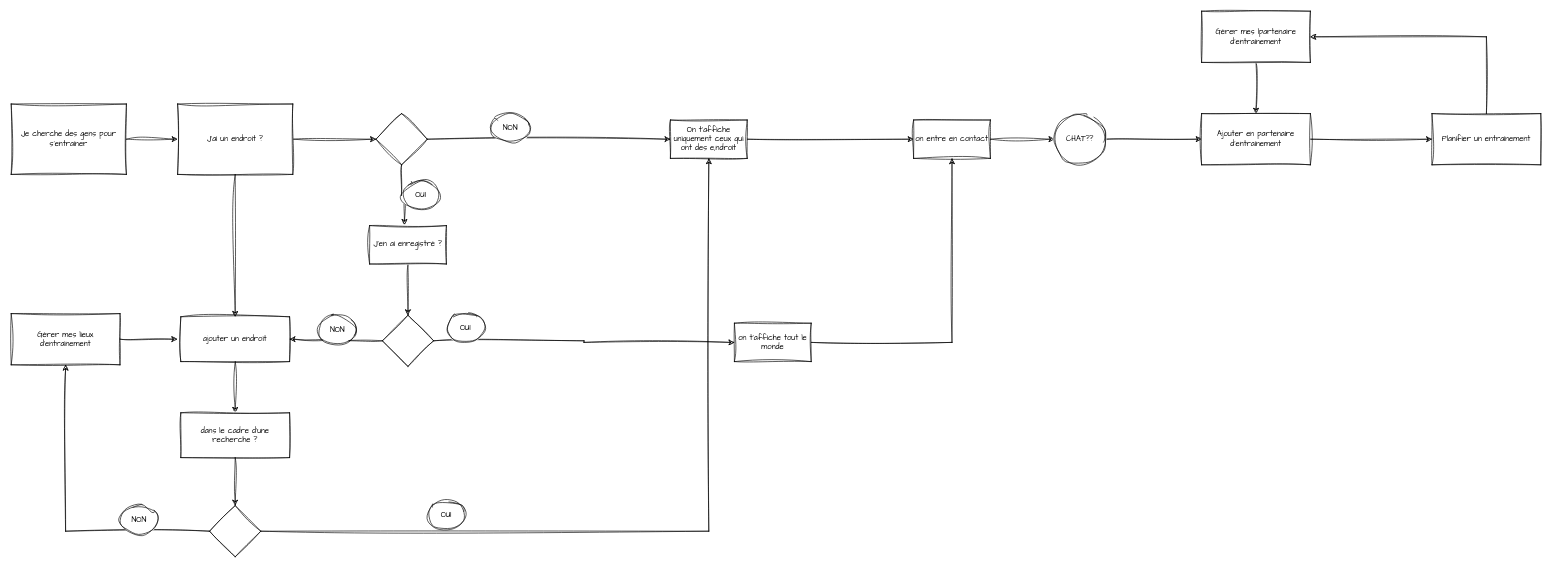
Above: Untitled Diagram.drawio in lnimong/azeproject (draw.io), before the change. Source tidied: cells renumbered, new cells numbered last; positions are measured from the earlier drawing's top-left corner, leaving out a move shared by most shapes. Both pictures are drawn from the tidied source at 64%, with x=0, y=0 at pixel (11, 11).
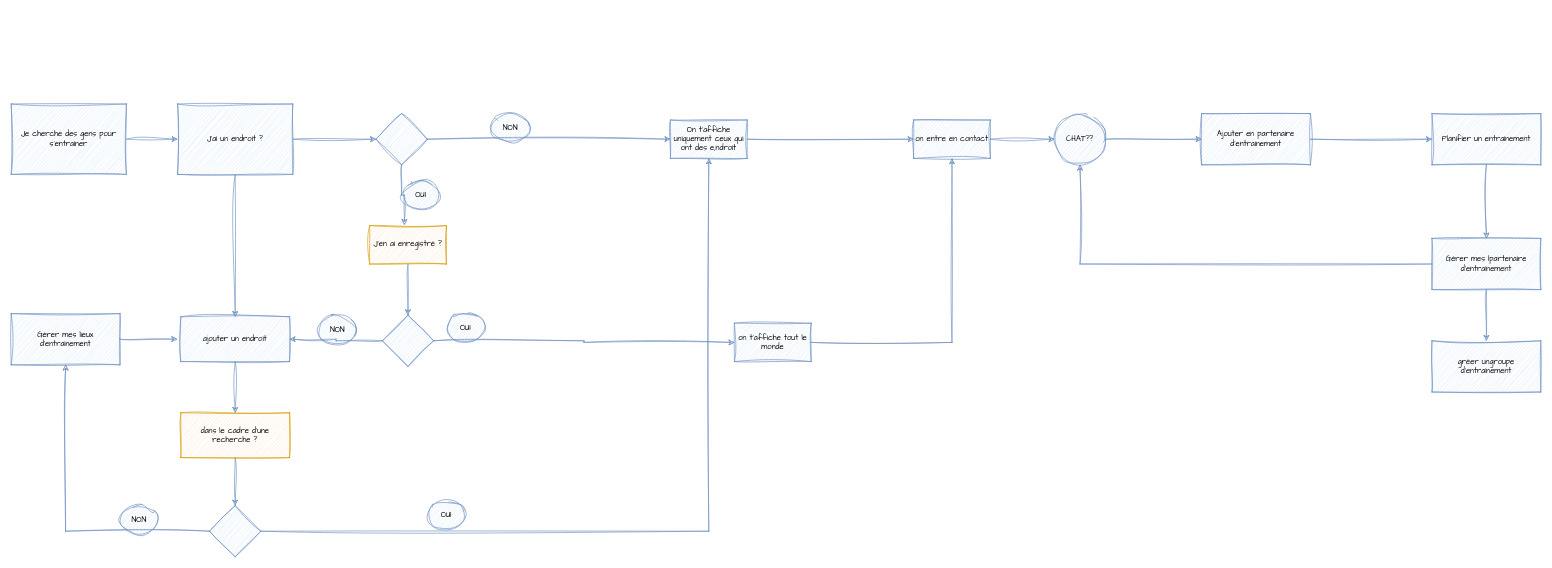
The same page after the edit.

The edit, as a diff of the source:
```diff
@@
-    <mxCell id="2" style="edgeStyle=orthogonalEdgeStyle;rounded=0;sketch=1;hachureGap=4;jiggle=2;curveFitting=1;jettySize=auto;html=1;fontFamily=Architects Daughter;" parent="1" edge="1" source="3" target="6">
+    <mxCell id="2" style="edgeStyle=orthogonalEdgeStyle;rounded=0;sketch=1;hachureGap=4;jiggle=2;curveFitting=1;jettySize=auto;html=1;fontFamily=Architects Daughter;fillColor=#dae8fc;strokeColor=#6c8ebf;" parent="1" edge="1" source="3" target="6">
       <mxGeometry relative="1" as="geometry" />
     </mxCell>
-    <mxCell id="3" value="Je cherche des gens pour s'entrainer" style="rounded=0;whiteSpace=wrap;html=1;sketch=1;hachureGap=4;jiggle=2;curveFitting=1;fontFamily=Architects Daughter;" parent="1" vertex="1">
+    <mxCell id="3" value="Je cherche des gens pour s'entrainer" style="rounded=0;whiteSpace=wrap;html=1;sketch=1;hachureGap=4;jiggle=2;curveFitting=1;fontFamily=Architects Daughter;fillColor=#dae8fc;strokeColor=#6c8ebf;" parent="1" vertex="1">
       <mxGeometry y="145" width="180" height="110" as="geometry" />
     </mxCell>
-    <mxCell id="4" style="edgeStyle=orthogonalEdgeStyle;rounded=0;sketch=1;hachureGap=4;jiggle=2;curveFitting=1;jettySize=auto;html=1;fontFamily=Architects Daughter;" parent="1" edge="1" source="6" target="9">
+    <mxCell id="4" style="edgeStyle=orthogonalEdgeStyle;rounded=0;sketch=1;hachureGap=4;jiggle=2;curveFitting=1;jettySize=auto;html=1;fontFamily=Architects Daughter;fillColor=#dae8fc;strokeColor=#6c8ebf;" parent="1" edge="1" source="6" target="9">
       <mxGeometry relative="1" as="geometry" />
     </mxCell>
-    <mxCell id="5" style="edgeStyle=orthogonalEdgeStyle;rounded=0;sketch=1;hachureGap=4;jiggle=2;curveFitting=1;jettySize=auto;html=1;fontFamily=Architects Daughter;" parent="1" edge="1" source="6" target="18">
+    <mxCell id="5" style="edgeStyle=orthogonalEdgeStyle;rounded=0;sketch=1;hachureGap=4;jiggle=2;curveFitting=1;jettySize=auto;html=1;fontFamily=Architects Daughter;fillColor=#dae8fc;strokeColor=#6c8ebf;" parent="1" edge="1" source="6" target="18">
       <mxGeometry relative="1" as="geometry" />
     </mxCell>
-    <mxCell id="6" value="J'ai un endroit ?" style="rounded=0;whiteSpace=wrap;html=1;sketch=1;hachureGap=4;jiggle=2;curveFitting=1;fontFamily=Architects Daughter;" parent="1" vertex="1">
+    <mxCell id="6" value="J'ai un endroit ?" style="rounded=0;whiteSpace=wrap;html=1;sketch=1;hachureGap=4;jiggle=2;curveFitting=1;fontFamily=Architects Daughter;fillColor=#dae8fc;strokeColor=#6c8ebf;" parent="1" vertex="1">
       <mxGeometry x="260" y="145" width="180" height="110" as="geometry" />
     </mxCell>
-    <mxCell id="7" style="edgeStyle=orthogonalEdgeStyle;rounded=0;sketch=1;hachureGap=4;jiggle=2;curveFitting=1;jettySize=auto;html=1;fontFamily=Architects Daughter;" parent="1" edge="1" source="9" target="11">
+    <mxCell id="7" style="edgeStyle=orthogonalEdgeStyle;rounded=0;sketch=1;hachureGap=4;jiggle=2;curveFitting=1;jettySize=auto;html=1;fontFamily=Architects Daughter;fillColor=#dae8fc;strokeColor=#6c8ebf;" parent="1" edge="1" source="9" target="11">
       <mxGeometry relative="1" as="geometry" />
     </mxCell>
-    <mxCell id="8" style="edgeStyle=orthogonalEdgeStyle;rounded=0;sketch=1;hachureGap=4;jiggle=2;curveFitting=1;jettySize=auto;html=1;fontFamily=Architects Daughter;exitX=0.5;exitY=1;exitDx=0;exitDy=0;entryX=0.454;entryY=-0.02;entryDx=0;entryDy=0;entryPerimeter=0;" parent="1" edge="1" source="9" target="24">
+    <mxCell id="8" style="edgeStyle=orthogonalEdgeStyle;rounded=0;sketch=1;hachureGap=4;jiggle=2;curveFitting=1;jettySize=auto;html=1;fontFamily=Architects Daughter;exitX=0.5;exitY=1;exitDx=0;exitDy=0;entryX=0.454;entryY=-0.02;entryDx=0;entryDy=0;entryPerimeter=0;fillColor=#dae8fc;strokeColor=#6c8ebf;" parent="1" edge="1" source="9" target="24">
       <mxGeometry relative="1" as="geometry" />
     </mxCell>
-    <mxCell id="9" style="rhombus;whiteSpace=wrap;html=1;fontFamily=Architects Daughter;rounded=0;sketch=1;hachureGap=4;jiggle=2;curveFitting=1;" parent="1" vertex="1">
+    <mxCell id="9" style="rhombus;whiteSpace=wrap;html=1;fontFamily=Architects Daughter;rounded=0;sketch=1;hachureGap=4;jiggle=2;curveFitting=1;fillColor=#dae8fc;strokeColor=#6c8ebf;" parent="1" vertex="1">
       <mxGeometry x="570" y="160" width="80" height="80" as="geometry" />
     </mxCell>
-    <mxCell id="10" style="edgeStyle=orthogonalEdgeStyle;rounded=0;sketch=1;hachureGap=4;jiggle=2;curveFitting=1;jettySize=auto;html=1;fontFamily=Architects Daughter;" parent="1" edge="1" source="11" target="37">
+    <mxCell id="10" style="edgeStyle=orthogonalEdgeStyle;rounded=0;sketch=1;hachureGap=4;jiggle=2;curveFitting=1;jettySize=auto;html=1;fontFamily=Architects Daughter;fillColor=#dae8fc;strokeColor=#6c8ebf;" parent="1" edge="1" source="11" target="37">
       <mxGeometry relative="1" as="geometry" />
     </mxCell>
-    <mxCell id="11" value="On t'affiche uniquement ceux qui ont des e,ndroit" style="whiteSpace=wrap;html=1;fontFamily=Architects Daughter;rounded=0;sketch=1;hachureGap=4;jiggle=2;curveFitting=1;" parent="1" vertex="1">
+    <mxCell id="11" value="On t'affiche uniquement ceux qui ont des e,ndroit" style="whiteSpace=wrap;html=1;fontFamily=Architects Daughter;rounded=0;sketch=1;hachureGap=4;jiggle=2;curveFitting=1;fillColor=#dae8fc;strokeColor=#6c8ebf;" parent="1" vertex="1">
       <mxGeometry x="1030" y="170" width="120" height="60" as="geometry" />
     </mxCell>
-    <mxCell id="12" style="edgeStyle=orthogonalEdgeStyle;rounded=0;sketch=1;hachureGap=4;jiggle=2;curveFitting=1;jettySize=auto;html=1;fontFamily=Architects Daughter;" parent="1" edge="1" source="13" target="37">
+    <mxCell id="12" style="edgeStyle=orthogonalEdgeStyle;rounded=0;sketch=1;hachureGap=4;jiggle=2;curveFitting=1;jettySize=auto;html=1;fontFamily=Architects Daughter;fillColor=#dae8fc;strokeColor=#6c8ebf;" parent="1" edge="1" source="13" target="37">
       <mxGeometry relative="1" as="geometry" />
     </mxCell>
-    <mxCell id="13" value="on t'affiche tout le monde" style="whiteSpace=wrap;html=1;fontFamily=Architects Daughter;rounded=0;sketch=1;hachureGap=4;jiggle=2;curveFitting=1;" parent="1" vertex="1">
+    <mxCell id="13" value="on t'affiche tout le monde" style="whiteSpace=wrap;html=1;fontFamily=Architects Daughter;rounded=0;sketch=1;hachureGap=4;jiggle=2;curveFitting=1;fillColor=#dae8fc;strokeColor=#6c8ebf;" parent="1" vertex="1">
       <mxGeometry x="1130" y="487.5" width="120" height="60" as="geometry" />
     </mxCell>
-    <mxCell id="14" value="OUI" style="ellipse;whiteSpace=wrap;html=1;sketch=1;hachureGap=4;jiggle=2;curveFitting=1;fontFamily=Architects Daughter;" parent="1" vertex="1">
+    <mxCell id="14" value="OUI" style="ellipse;whiteSpace=wrap;html=1;sketch=1;hachureGap=4;jiggle=2;curveFitting=1;fontFamily=Architects Daughter;fillColor=#dae8fc;strokeColor=#6c8ebf;" parent="1" vertex="1">
       <mxGeometry x="610" y="265" width="60" height="45" as="geometry" />
     </mxCell>
-    <mxCell id="15" value="NON" style="ellipse;whiteSpace=wrap;html=1;sketch=1;hachureGap=4;jiggle=2;curveFitting=1;fontFamily=Architects Daughter;" parent="1" vertex="1">
+    <mxCell id="15" value="NON" style="ellipse;whiteSpace=wrap;html=1;sketch=1;hachureGap=4;jiggle=2;curveFitting=1;fontFamily=Architects Daughter;fillColor=#dae8fc;strokeColor=#6c8ebf;" parent="1" vertex="1">
       <mxGeometry x="750" y="160" width="60" height="45" as="geometry" />
     </mxCell>
-    <mxCell id="16" value="Gérer mes lieux d'entrainement" style="rounded=0;whiteSpace=wrap;html=1;sketch=1;hachureGap=4;jiggle=2;curveFitting=1;fontFamily=Architects Daughter;" parent="1" vertex="1">
+    <mxCell id="16" value="Gérer mes lieux d'entrainement" style="rounded=0;whiteSpace=wrap;html=1;sketch=1;hachureGap=4;jiggle=2;curveFitting=1;fontFamily=Architects Daughter;fillColor=#dae8fc;strokeColor=#6c8ebf;" parent="1" vertex="1">
       <mxGeometry y="472.5" width="170" height="80" as="geometry" />
     </mxCell>
-    <mxCell id="17" style="edgeStyle=orthogonalEdgeStyle;rounded=0;sketch=1;hachureGap=4;jiggle=2;curveFitting=1;jettySize=auto;html=1;fontFamily=Architects Daughter;" parent="1" edge="1" source="18" target="28">
+    <mxCell id="17" style="edgeStyle=orthogonalEdgeStyle;rounded=0;sketch=1;hachureGap=4;jiggle=2;curveFitting=1;jettySize=auto;html=1;fontFamily=Architects Daughter;fillColor=#dae8fc;strokeColor=#6c8ebf;" parent="1" edge="1" source="18" target="28">
       <mxGeometry relative="1" as="geometry" />
     </mxCell>
-    <mxCell id="18" value="ajouter un endroit" style="rounded=0;whiteSpace=wrap;html=1;sketch=1;hachureGap=4;jiggle=2;curveFitting=1;fontFamily=Architects Daughter;" parent="1" vertex="1">
+    <mxCell id="18" value="ajouter un endroit" style="rounded=0;whiteSpace=wrap;html=1;sketch=1;hachureGap=4;jiggle=2;curveFitting=1;fontFamily=Architects Daughter;fillColor=#dae8fc;strokeColor=#6c8ebf;" parent="1" vertex="1">
       <mxGeometry x="265" y="477.5" width="170" height="70" as="geometry" />
     </mxCell>
-    <mxCell id="19" style="edgeStyle=orthogonalEdgeStyle;rounded=0;sketch=1;hachureGap=4;jiggle=2;curveFitting=1;jettySize=auto;html=1;entryX=-0.033;entryY=0.5;entryDx=0;entryDy=0;entryPerimeter=0;fontFamily=Architects Daughter;" parent="1" edge="1" source="16" target="18">
+    <mxCell id="19" style="edgeStyle=orthogonalEdgeStyle;rounded=0;sketch=1;hachureGap=4;jiggle=2;curveFitting=1;jettySize=auto;html=1;entryX=-0.033;entryY=0.5;entryDx=0;entryDy=0;entryPerimeter=0;fontFamily=Architects Daughter;fillColor=#dae8fc;strokeColor=#6c8ebf;" parent="1" edge="1" source="16" target="18">
       <mxGeometry relative="1" as="geometry" />
     </mxCell>
-    <mxCell id="20" style="edgeStyle=orthogonalEdgeStyle;rounded=0;sketch=1;hachureGap=4;jiggle=2;curveFitting=1;jettySize=auto;html=1;entryX=0;entryY=0.5;entryDx=0;entryDy=0;fontFamily=Architects Daughter;" parent="1" edge="1" source="22" target="13">
+    <mxCell id="20" style="edgeStyle=orthogonalEdgeStyle;rounded=0;sketch=1;hachureGap=4;jiggle=2;curveFitting=1;jettySize=auto;html=1;entryX=0;entryY=0.5;entryDx=0;entryDy=0;fontFamily=Architects Daughter;fillColor=#dae8fc;strokeColor=#6c8ebf;" parent="1" edge="1" source="22" target="13">
       <mxGeometry relative="1" as="geometry" />
     </mxCell>
-    <mxCell id="21" style="edgeStyle=orthogonalEdgeStyle;rounded=0;sketch=1;hachureGap=4;jiggle=2;curveFitting=1;jettySize=auto;html=1;entryX=1;entryY=0.5;entryDx=0;entryDy=0;fontFamily=Architects Daughter;" parent="1" edge="1" source="22" target="18">
+    <mxCell id="21" style="edgeStyle=orthogonalEdgeStyle;rounded=0;sketch=1;hachureGap=4;jiggle=2;curveFitting=1;jettySize=auto;html=1;entryX=1;entryY=0.5;entryDx=0;entryDy=0;fontFamily=Architects Daughter;fillColor=#dae8fc;strokeColor=#6c8ebf;" parent="1" edge="1" source="22" target="18">
       <mxGeometry relative="1" as="geometry" />
     </mxCell>
-    <mxCell id="22" style="rhombus;whiteSpace=wrap;html=1;fontFamily=Architects Daughter;rounded=0;sketch=1;hachureGap=4;jiggle=2;curveFitting=1;" parent="1" vertex="1">
+    <mxCell id="22" style="rhombus;whiteSpace=wrap;html=1;fontFamily=Architects Daughter;rounded=0;sketch=1;hachureGap=4;jiggle=2;curveFitting=1;fillColor=#dae8fc;strokeColor=#6c8ebf;" parent="1" vertex="1">
       <mxGeometry x="580" y="475" width="80" height="80" as="geometry" />
     </mxCell>
-    <mxCell id="23" style="edgeStyle=orthogonalEdgeStyle;rounded=0;sketch=1;hachureGap=4;jiggle=2;curveFitting=1;jettySize=auto;html=1;entryX=0.5;entryY=0;entryDx=0;entryDy=0;fontFamily=Architects Daughter;" parent="1" edge="1" source="24" target="22">
+    <mxCell id="23" style="edgeStyle=orthogonalEdgeStyle;rounded=0;sketch=1;hachureGap=4;jiggle=2;curveFitting=1;jettySize=auto;html=1;entryX=0.5;entryY=0;entryDx=0;entryDy=0;fontFamily=Architects Daughter;fillColor=#dae8fc;strokeColor=#6c8ebf;" parent="1" edge="1" source="24" target="22">
       <mxGeometry relative="1" as="geometry" />
     </mxCell>
-    <mxCell id="24" value="J'en ai enregistré ?" style="whiteSpace=wrap;html=1;fontFamily=Architects Daughter;rounded=0;sketch=1;hachureGap=4;jiggle=2;curveFitting=1;" parent="1" vertex="1">
+    <mxCell id="24" value="J'en ai enregistré ?" style="whiteSpace=wrap;html=1;fontFamily=Architects Daughter;rounded=0;sketch=1;hachureGap=4;jiggle=2;curveFitting=1;fillColor=#ffe6cc;strokeColor=#d79b00;" parent="1" vertex="1">
       <mxGeometry x="560" y="335" width="120" height="60" as="geometry" />
     </mxCell>
-    <mxCell id="25" value="NON" style="ellipse;whiteSpace=wrap;html=1;sketch=1;hachureGap=4;jiggle=2;curveFitting=1;fontFamily=Architects Daughter;" parent="1" vertex="1">
+    <mxCell id="25" value="NON" style="ellipse;whiteSpace=wrap;html=1;sketch=1;hachureGap=4;jiggle=2;curveFitting=1;fontFamily=Architects Daughter;fillColor=#dae8fc;strokeColor=#6c8ebf;" parent="1" vertex="1">
       <mxGeometry x="480" y="475" width="60" height="45" as="geometry" />
     </mxCell>
-    <mxCell id="26" value="OUI" style="ellipse;whiteSpace=wrap;html=1;sketch=1;hachureGap=4;jiggle=2;curveFitting=1;fontFamily=Architects Daughter;" parent="1" vertex="1">
+    <mxCell id="26" value="OUI" style="ellipse;whiteSpace=wrap;html=1;sketch=1;hachureGap=4;jiggle=2;curveFitting=1;fontFamily=Architects Daughter;fillColor=#dae8fc;strokeColor=#6c8ebf;" parent="1" vertex="1">
       <mxGeometry x="680" y="472.5" width="60" height="45" as="geometry" />
     </mxCell>
-    <mxCell id="27" style="edgeStyle=orthogonalEdgeStyle;rounded=0;sketch=1;hachureGap=4;jiggle=2;curveFitting=1;jettySize=auto;html=1;fontFamily=Architects Daughter;" parent="1" edge="1" source="28" target="31">
+    <mxCell id="27" style="edgeStyle=orthogonalEdgeStyle;rounded=0;sketch=1;hachureGap=4;jiggle=2;curveFitting=1;jettySize=auto;html=1;fontFamily=Architects Daughter;fillColor=#dae8fc;strokeColor=#6c8ebf;" parent="1" edge="1" source="28" target="31">
       <mxGeometry relative="1" as="geometry" />
     </mxCell>
-    <mxCell id="28" value="dans le cadre d'une recherche ?" style="rounded=0;whiteSpace=wrap;html=1;sketch=1;hachureGap=4;jiggle=2;curveFitting=1;fontFamily=Architects Daughter;" parent="1" vertex="1">
+    <mxCell id="28" value="dans le cadre d'une recherche ?" style="rounded=0;whiteSpace=wrap;html=1;sketch=1;hachureGap=4;jiggle=2;curveFitting=1;fontFamily=Architects Daughter;fillColor=#ffe6cc;strokeColor=#d79b00;" parent="1" vertex="1">
       <mxGeometry x="265" y="627.5" width="170" height="70" as="geometry" />
     </mxCell>
-    <mxCell id="29" style="edgeStyle=orthogonalEdgeStyle;rounded=0;sketch=1;hachureGap=4;jiggle=2;curveFitting=1;jettySize=auto;html=1;entryX=0.5;entryY=1;entryDx=0;entryDy=0;fontFamily=Architects Daughter;" parent="1" edge="1" source="31" target="11">
+    <mxCell id="29" style="edgeStyle=orthogonalEdgeStyle;rounded=0;sketch=1;hachureGap=4;jiggle=2;curveFitting=1;jettySize=auto;html=1;entryX=0.5;entryY=1;entryDx=0;entryDy=0;fontFamily=Architects Daughter;fillColor=#dae8fc;strokeColor=#6c8ebf;" parent="1" edge="1" source="31" target="11">
       <mxGeometry relative="1" as="geometry" />
     </mxCell>
-    <mxCell id="30" style="edgeStyle=orthogonalEdgeStyle;rounded=0;sketch=1;hachureGap=4;jiggle=2;curveFitting=1;jettySize=auto;html=1;entryX=0.5;entryY=1;entryDx=0;entryDy=0;fontFamily=Architects Daughter;" parent="1" edge="1" source="31" target="16">
+    <mxCell id="30" style="edgeStyle=orthogonalEdgeStyle;rounded=0;sketch=1;hachureGap=4;jiggle=2;curveFitting=1;jettySize=auto;html=1;entryX=0.5;entryY=1;entryDx=0;entryDy=0;fontFamily=Architects Daughter;fillColor=#dae8fc;strokeColor=#6c8ebf;" parent="1" edge="1" source="31" target="16">
       <mxGeometry relative="1" as="geometry" />
     </mxCell>
-    <mxCell id="31" style="rhombus;whiteSpace=wrap;html=1;fontFamily=Architects Daughter;rounded=0;sketch=1;hachureGap=4;jiggle=2;curveFitting=1;" parent="1" vertex="1">
+    <mxCell id="31" style="rhombus;whiteSpace=wrap;html=1;fontFamily=Architects Daughter;rounded=0;sketch=1;hachureGap=4;jiggle=2;curveFitting=1;fillColor=#dae8fc;strokeColor=#6c8ebf;" parent="1" vertex="1">
       <mxGeometry x="310" y="772.5" width="80" height="80" as="geometry" />
     </mxCell>
-    <mxCell id="32" value="OUI" style="ellipse;whiteSpace=wrap;html=1;sketch=1;hachureGap=4;jiggle=2;curveFitting=1;fontFamily=Architects Daughter;" parent="1" vertex="1">
+    <mxCell id="32" value="OUI" style="ellipse;whiteSpace=wrap;html=1;sketch=1;hachureGap=4;jiggle=2;curveFitting=1;fontFamily=Architects Daughter;fillColor=#dae8fc;strokeColor=#6c8ebf;" parent="1" vertex="1">
       <mxGeometry x="650" y="765" width="60" height="45" as="geometry" />
     </mxCell>
-    <mxCell id="33" value="NON" style="ellipse;whiteSpace=wrap;html=1;sketch=1;hachureGap=4;jiggle=2;curveFitting=1;fontFamily=Architects Daughter;" parent="1" vertex="1">
+    <mxCell id="33" value="NON" style="ellipse;whiteSpace=wrap;html=1;sketch=1;hachureGap=4;jiggle=2;curveFitting=1;fontFamily=Architects Daughter;fillColor=#dae8fc;strokeColor=#6c8ebf;" parent="1" vertex="1">
       <mxGeometry x="170" y="772.5" width="60" height="45" as="geometry" />
     </mxCell>
-    <mxCell id="34" style="edgeStyle=orthogonalEdgeStyle;rounded=0;sketch=1;hachureGap=4;jiggle=2;curveFitting=1;jettySize=auto;html=1;fontFamily=Architects Daughter;" parent="1" edge="1" source="35" target="41">
+    <mxCell id="34" style="edgeStyle=orthogonalEdgeStyle;rounded=0;sketch=1;hachureGap=4;jiggle=2;curveFitting=1;jettySize=auto;html=1;fontFamily=Architects Daughter;fillColor=#dae8fc;strokeColor=#6c8ebf;" parent="1" edge="1" source="35" target="39">
       <mxGeometry relative="1" as="geometry" />
     </mxCell>
+    <mxCell id="44" style="edgeStyle=orthogonalEdgeStyle;rounded=0;sketch=1;hachureGap=4;jiggle=2;curveFitting=1;jettySize=auto;html=1;fontFamily=Architects Daughter;fillColor=#dae8fc;strokeColor=#6c8ebf;" parent="1" edge="1" source="35" target="45">
+      <mxGeometry relative="1" as="geometry" />
+    </mxCell>
-    <mxCell id="35" value="Gérer mes lpartenaire d'entrainement" style="rounded=0;whiteSpace=wrap;html=1;sketch=1;hachureGap=4;jiggle=2;curveFitting=1;fontFamily=Architects Daughter;" parent="1" vertex="1">
-      <mxGeometry x="1860" width="170" height="80" as="geometry" />
+    <mxCell id="35" value="Gérer mes lpartenaire d'entrainement" style="rounded=0;whiteSpace=wrap;html=1;sketch=1;hachureGap=4;jiggle=2;curveFitting=1;fontFamily=Architects Daughter;fillColor=#dae8fc;strokeColor=#6c8ebf;" parent="1" vertex="1">
+      <mxGeometry x="2220" y="355" width="170" height="80" as="geometry" />
     </mxCell>
-    <mxCell id="36" style="edgeStyle=orthogonalEdgeStyle;rounded=0;sketch=1;hachureGap=4;jiggle=2;curveFitting=1;jettySize=auto;html=1;fontFamily=Architects Daughter;" parent="1" edge="1" source="37" target="39">
+    <mxCell id="36" style="edgeStyle=orthogonalEdgeStyle;rounded=0;sketch=1;hachureGap=4;jiggle=2;curveFitting=1;jettySize=auto;html=1;fontFamily=Architects Daughter;fillColor=#dae8fc;strokeColor=#6c8ebf;" parent="1" edge="1" source="37" target="39">
       <mxGeometry relative="1" as="geometry" />
     </mxCell>
-    <mxCell id="37" value="on entre en contact" style="whiteSpace=wrap;html=1;fontFamily=Architects Daughter;rounded=0;sketch=1;hachureGap=4;jiggle=2;curveFitting=1;" parent="1" vertex="1">
+    <mxCell id="37" value="on entre en contact" style="whiteSpace=wrap;html=1;fontFamily=Architects Daughter;rounded=0;sketch=1;hachureGap=4;jiggle=2;curveFitting=1;fillColor=#dae8fc;strokeColor=#6c8ebf;" parent="1" vertex="1">
       <mxGeometry x="1410" y="170" width="120" height="60" as="geometry" />
     </mxCell>
-    <mxCell id="38" style="edgeStyle=orthogonalEdgeStyle;rounded=0;sketch=1;hachureGap=4;jiggle=2;curveFitting=1;jettySize=auto;html=1;fontFamily=Architects Daughter;entryX=0;entryY=0.5;entryDx=0;entryDy=0;" parent="1" edge="1" source="39" target="41">
+    <mxCell id="38" style="edgeStyle=orthogonalEdgeStyle;rounded=0;sketch=1;hachureGap=4;jiggle=2;curveFitting=1;jettySize=auto;html=1;fontFamily=Architects Daughter;entryX=0;entryY=0.5;entryDx=0;entryDy=0;fillColor=#dae8fc;strokeColor=#6c8ebf;" parent="1" edge="1" source="39" target="41">
       <mxGeometry relative="1" as="geometry" />
     </mxCell>
-    <mxCell id="39" value="CHAT??" style="ellipse;whiteSpace=wrap;html=1;fontFamily=Architects Daughter;rounded=0;sketch=1;hachureGap=4;jiggle=2;curveFitting=1;" parent="1" vertex="1">
+    <mxCell id="39" value="CHAT??" style="ellipse;whiteSpace=wrap;html=1;fontFamily=Architects Daughter;rounded=0;sketch=1;hachureGap=4;jiggle=2;curveFitting=1;fillColor=#dae8fc;strokeColor=#6c8ebf;" parent="1" vertex="1">
       <mxGeometry x="1630" y="160" width="80" height="80" as="geometry" />
     </mxCell>
-    <mxCell id="40" style="edgeStyle=orthogonalEdgeStyle;rounded=0;sketch=1;hachureGap=4;jiggle=2;curveFitting=1;jettySize=auto;html=1;entryX=0;entryY=0.5;entryDx=0;entryDy=0;fontFamily=Architects Daughter;" parent="1" edge="1" source="41" target="42">
+    <mxCell id="40" style="edgeStyle=orthogonalEdgeStyle;rounded=0;sketch=1;hachureGap=4;jiggle=2;curveFitting=1;jettySize=auto;html=1;entryX=0;entryY=0.5;entryDx=0;entryDy=0;fontFamily=Architects Daughter;fillColor=#dae8fc;strokeColor=#6c8ebf;" parent="1" edge="1" source="41" target="42">
       <mxGeometry relative="1" as="geometry" />
     </mxCell>
-    <mxCell id="41" value="Ajouter en partenaire d'entrainement" style="rounded=0;whiteSpace=wrap;html=1;sketch=1;hachureGap=4;jiggle=2;curveFitting=1;fontFamily=Architects Daughter;" parent="1" vertex="1">
+    <mxCell id="41" value="Ajouter en partenaire d'entrainement" style="rounded=0;whiteSpace=wrap;html=1;sketch=1;hachureGap=4;jiggle=2;curveFitting=1;fontFamily=Architects Daughter;fillColor=#dae8fc;strokeColor=#6c8ebf;" parent="1" vertex="1">
       <mxGeometry x="1860" y="160" width="170" height="80" as="geometry" />
     </mxCell>
-    <mxCell id="42" value="Planifier un entrainement" style="rounded=0;whiteSpace=wrap;html=1;sketch=1;hachureGap=4;jiggle=2;curveFitting=1;fontFamily=Architects Daughter;" parent="1" vertex="1">
+    <mxCell id="42" value="Planifier un entrainement" style="rounded=0;whiteSpace=wrap;html=1;sketch=1;hachureGap=4;jiggle=2;curveFitting=1;fontFamily=Architects Daughter;fillColor=#dae8fc;strokeColor=#6c8ebf;" parent="1" vertex="1">
       <mxGeometry x="2220" y="160" width="170" height="80" as="geometry" />
     </mxCell>
-    <mxCell id="43" style="edgeStyle=orthogonalEdgeStyle;rounded=0;sketch=1;hachureGap=4;jiggle=2;curveFitting=1;jettySize=auto;html=1;fontFamily=Architects Daughter;exitX=0.5;exitY=0;exitDx=0;exitDy=0;entryX=1;entryY=0.5;entryDx=0;entryDy=0;" parent="1" edge="1" source="42" target="35">
+    <mxCell id="43" style="edgeStyle=orthogonalEdgeStyle;rounded=0;sketch=1;hachureGap=4;jiggle=2;curveFitting=1;jettySize=auto;html=1;fontFamily=Architects Daughter;exitX=0.5;exitY=1;exitDx=0;exitDy=0;entryX=0.5;entryY=0;entryDx=0;entryDy=0;fillColor=#dae8fc;strokeColor=#6c8ebf;" parent="1" edge="1" source="42" target="35">
       <mxGeometry relative="1" as="geometry" />
     </mxCell>
+    <mxCell id="45" value="gréer ungroupe d'entrainement" style="rounded=0;whiteSpace=wrap;html=1;sketch=1;hachureGap=4;jiggle=2;curveFitting=1;fontFamily=Architects Daughter;fillColor=#dae8fc;strokeColor=#6c8ebf;" parent="1" vertex="1">
+      <mxGeometry x="2220" y="515" width="170" height="80" as="geometry" />
+    </mxCell>
```
